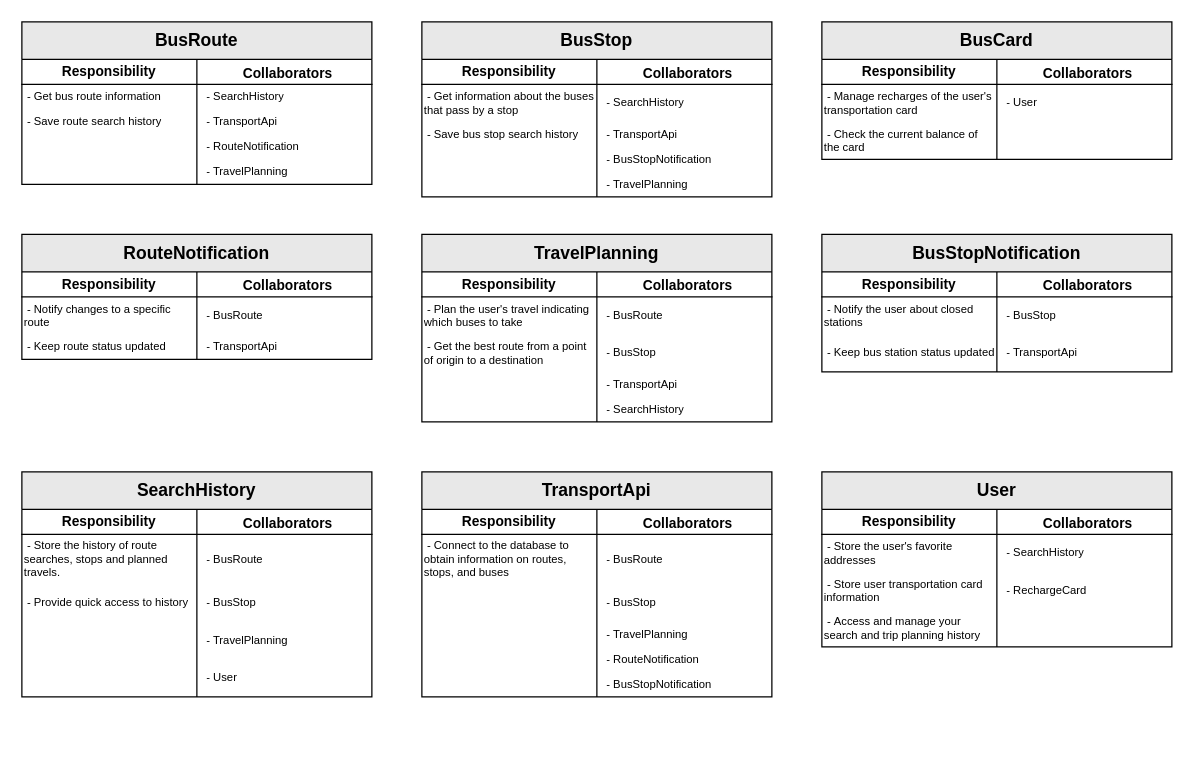
Above: page "CRC" (1 of 3) of diagrams.drawio in ProyectoFinalSoftwareModeling/SmartCommute (draw.io), before the change. Source tidied: cells renumbered, new cells numbered last; positions are measured from the earlier drawing's top-left corner, leaving out a move shared by most shapes. Both pictures are drawn from the tidied source at 125%, with x=0, y=0 at pixel (21, 21).
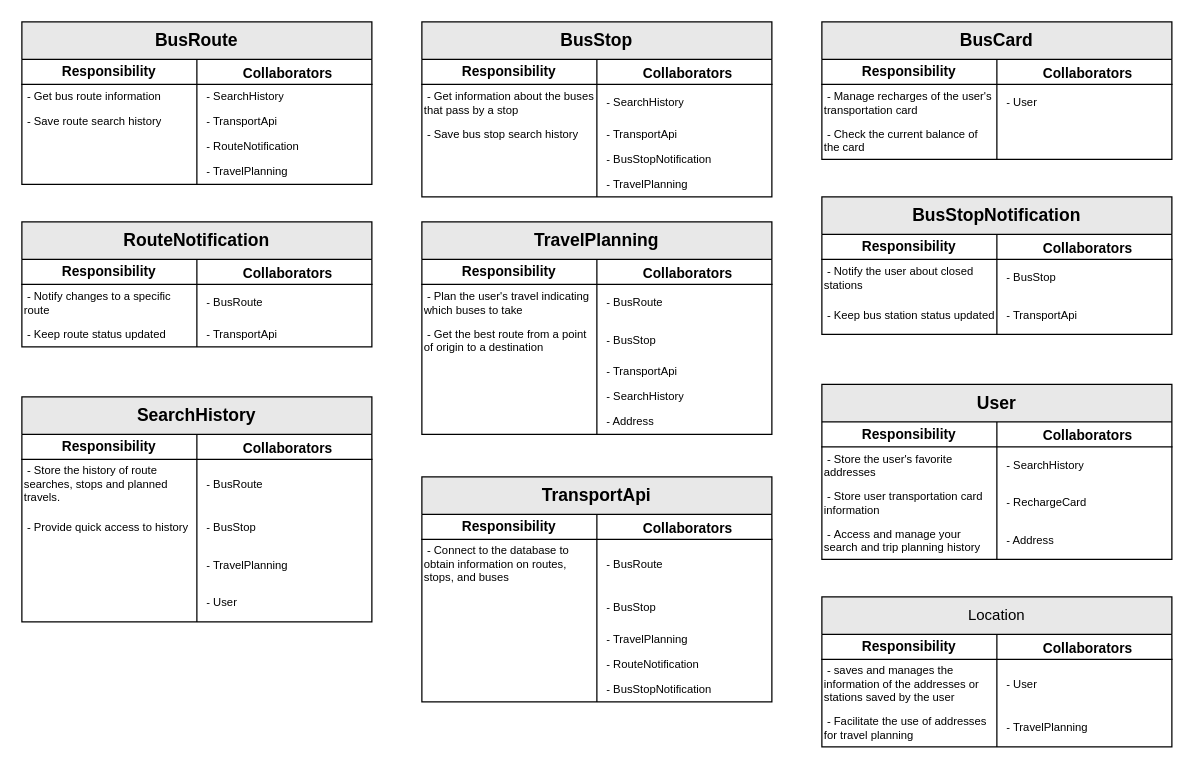
After the change.

Commit message (it also covers changes not shown here):
CRC: Address -> Location, ClassDiagram: addded IUserInterface, ITripPlanner

Unchanged cells that the change refers to:
```xml
<mxCell id="125" style="shape=tableRow;horizontal=0;startSize=0;swimlaneHead=0;swimlaneBody=0;fillColor=none;top=0;left=0;right=0;bottom=0;html=1;" parent="115" vertex="1">
  <mxGeometry y="110" width="280" height="30" as="geometry" />
</mxCell>
```

Change to the diagram source:
```diff
@@
     <mxCell id="34" value="&lt;span style=&quot;text-wrap: nowrap;&quot;&gt;&lt;font style=&quot;font-size: 14px;&quot;&gt;RouteNotification&lt;/font&gt;&lt;/span&gt;" style="shape=table;startSize=30;childLayout=tableLayout;rowLines=0;fontStyle=1;align=center;html=1;whiteSpace=wrap;swimlaneLine=1;rounded=0;shadow=0;gradientColor=none;fillStyle=auto;fillColor=#E8E8E8;" parent="1" vertex="1">
-      <mxGeometry y="170" width="280" height="100" as="geometry" />
+      <mxGeometry y="160" width="280" height="100" as="geometry" />
     </mxCell>
@@
     <mxCell id="44" value="&lt;span style=&quot;text-wrap: nowrap;&quot;&gt;&lt;font style=&quot;font-size: 14px;&quot;&gt;TravelPlanning&lt;/font&gt;&lt;/span&gt;" style="shape=table;startSize=30;childLayout=tableLayout;rowLines=0;fontStyle=1;align=center;html=1;whiteSpace=wrap;swimlaneLine=1;rounded=0;shadow=0;gradientColor=none;fillStyle=auto;fillColor=#E8E8E8;" parent="1" vertex="1">
-      <mxGeometry x="320" y="170" width="280" height="150" as="geometry" />
+      <mxGeometry x="320" y="160" width="280" height="170" as="geometry" />
     </mxCell>
@@
+    <mxCell id="128" style="shape=tableRow;horizontal=0;startSize=0;swimlaneHead=0;swimlaneBody=0;fillColor=none;top=0;left=0;right=0;bottom=0;html=1;" parent="44" vertex="1">
+      <mxGeometry y="150" width="280" height="20" as="geometry" />
+    </mxCell>
+    <mxCell id="129" style="shape=partialRectangle;fillColor=none;top=0;left=0;bottom=0;right=0;overflow=hidden;html=1;whiteSpace=wrap;fontSize=9;align=left;" parent="128" vertex="1">
+      <mxGeometry width="140" height="20" as="geometry" />
+    </mxCell>
+    <mxCell id="130" value="- Address" style="shape=partialRectangle;fillColor=none;top=0;left=0;bottom=0;right=0;align=left;spacingLeft=6;overflow=hidden;html=1;whiteSpace=wrap;fontSize=9;" parent="128" vertex="1">
+      <mxGeometry x="140" width="140" height="20" as="geometry" />
+    </mxCell>
     <mxCell id="60" value="&lt;span style=&quot;text-wrap: nowrap;&quot;&gt;&lt;font style=&quot;font-size: 14px;&quot;&gt;SearchHistory&lt;/font&gt;&lt;/span&gt;" style="shape=table;startSize=30;childLayout=tableLayout;rowLines=0;fontStyle=1;align=center;html=1;whiteSpace=wrap;swimlaneLine=1;rounded=0;shadow=0;gradientColor=none;fillStyle=auto;fillColor=#E8E8E8;" parent="1" vertex="1">
-      <mxGeometry y="360" width="280" height="180" as="geometry" />
+      <mxGeometry y="300" width="280" height="180" as="geometry" />
     </mxCell>
@@
     <mxCell id="76" value="&lt;span style=&quot;text-wrap: nowrap;&quot;&gt;&lt;font style=&quot;font-size: 14px;&quot;&gt;TransportApi&lt;/font&gt;&lt;/span&gt;" style="shape=table;startSize=30;childLayout=tableLayout;rowLines=0;fontStyle=1;align=center;html=1;whiteSpace=wrap;swimlaneLine=1;rounded=0;shadow=0;gradientColor=none;fillStyle=auto;fillColor=#E8E8E8;" parent="1" vertex="1">
-      <mxGeometry x="320" y="360" width="280" height="180" as="geometry" />
+      <mxGeometry x="320" y="364" width="280" height="180" as="geometry" />
     </mxCell>
@@
     <mxCell id="105" value="&lt;span style=&quot;text-wrap: nowrap;&quot;&gt;&lt;font style=&quot;font-size: 14px;&quot;&gt;BusStopNotification&lt;/font&gt;&lt;/span&gt;" style="shape=table;startSize=30;childLayout=tableLayout;rowLines=0;fontStyle=1;align=center;html=1;whiteSpace=wrap;swimlaneLine=1;rounded=0;shadow=0;gradientColor=none;fillStyle=auto;fillColor=#E8E8E8;" parent="1" vertex="1">
-      <mxGeometry x="640" y="170" width="280" height="110" as="geometry" />
+      <mxGeometry x="640" y="140" width="280" height="110" as="geometry" />
     </mxCell>
@@
     <mxCell id="115" value="&lt;span style=&quot;text-wrap: nowrap;&quot;&gt;&lt;font style=&quot;font-size: 14px;&quot;&gt;User&lt;/font&gt;&lt;/span&gt;" style="shape=table;startSize=30;childLayout=tableLayout;rowLines=0;fontStyle=1;align=center;html=1;whiteSpace=wrap;swimlaneLine=1;rounded=0;shadow=0;gradientColor=none;fillStyle=auto;fillColor=#E8E8E8;" parent="1" vertex="1">
-      <mxGeometry x="640" y="360" width="280" height="140" as="geometry" />
+      <mxGeometry x="640" y="290" width="280" height="140" as="geometry" />
     </mxCell>
@@
-    <mxCell id="127" style="shape=partialRectangle;fillColor=none;top=0;left=0;bottom=0;right=0;align=left;spacingLeft=6;overflow=hidden;html=1;whiteSpace=wrap;fontSize=9;" parent="125" vertex="1">
+    <mxCell id="127" value="- Address" style="shape=partialRectangle;fillColor=none;top=0;left=0;bottom=0;right=0;align=left;spacingLeft=6;overflow=hidden;html=1;whiteSpace=wrap;fontSize=9;" parent="125" vertex="1">
       <mxGeometry x="140" width="140" height="30" as="geometry" />
     </mxCell>
+    <mxCell id="131" value="&lt;span style=&quot;font-weight: 400; text-align: left; text-wrap: nowrap;&quot;&gt;Location&lt;/span&gt;" style="shape=table;startSize=30;childLayout=tableLayout;rowLines=0;fontStyle=1;align=center;html=1;whiteSpace=wrap;swimlaneLine=1;rounded=0;shadow=0;gradientColor=none;fillStyle=auto;fillColor=#E8E8E8;" parent="1" vertex="1">
+      <mxGeometry x="640" y="460" width="280" height="120" as="geometry" />
+    </mxCell>
+    <mxCell id="132" style="shape=tableRow;horizontal=0;startSize=0;swimlaneHead=0;swimlaneBody=0;fillColor=none;top=0;left=0;right=0;bottom=1;html=1;fontStyle=4;" parent="131" vertex="1">
+      <mxGeometry y="30" width="280" height="20" as="geometry" />
+    </mxCell>
+    <mxCell id="133" value="&lt;span style=&quot;font-size: 11px;&quot;&gt;Responsibility&lt;/span&gt;" style="shape=partialRectangle;fillColor=none;top=0;left=0;bottom=0;right=0;fontStyle=1;overflow=hidden;html=1;whiteSpace=wrap;fontSize=11;" parent="132" vertex="1">
+      <mxGeometry width="140" height="20" as="geometry" />
+    </mxCell>
+    <mxCell id="134" value="&lt;div style=&quot;&quot;&gt;&lt;font style=&quot;font-size: 11px;&quot;&gt;Collaborators&lt;/font&gt;&lt;/div&gt;" style="shape=partialRectangle;fillColor=none;top=0;left=0;bottom=0;right=0;align=center;spacingLeft=6;fontStyle=1;overflow=hidden;html=1;whiteSpace=wrap;fontSize=13;" parent="132" vertex="1">
+      <mxGeometry x="140" width="140" height="20" as="geometry" />
+    </mxCell>
+    <mxCell id="135" style="shape=tableRow;horizontal=0;startSize=0;swimlaneHead=0;swimlaneBody=0;fillColor=none;top=0;left=0;right=0;bottom=0;html=1;" parent="131" vertex="1">
+      <mxGeometry y="50" width="280" height="40" as="geometry" />
+    </mxCell>
+    <mxCell id="136" value="&amp;nbsp;-&amp;nbsp;saves and manages the information of the addresses or stations saved by the user" style="shape=partialRectangle;fillColor=none;top=0;left=0;bottom=0;right=0;overflow=hidden;html=1;whiteSpace=wrap;align=left;fontSize=9;" parent="135" vertex="1">
+      <mxGeometry width="140" height="40" as="geometry" />
+    </mxCell>
+    <mxCell id="137" value="- User" style="shape=partialRectangle;fillColor=none;top=0;left=0;bottom=0;right=0;align=left;spacingLeft=6;overflow=hidden;html=1;whiteSpace=wrap;fontSize=9;" parent="135" vertex="1">
+      <mxGeometry x="140" width="140" height="40" as="geometry" />
+    </mxCell>
+    <mxCell id="138" style="shape=tableRow;horizontal=0;startSize=0;swimlaneHead=0;swimlaneBody=0;fillColor=none;top=0;left=0;right=0;bottom=0;html=1;" parent="131" vertex="1">
+      <mxGeometry y="90" width="280" height="30" as="geometry" />
+    </mxCell>
+    <mxCell id="139" value="&amp;nbsp;- Facilitate the use of addresses for travel planning" style="shape=partialRectangle;fillColor=none;top=0;left=0;bottom=0;right=0;overflow=hidden;html=1;whiteSpace=wrap;fontSize=9;align=left;" parent="138" vertex="1">
+      <mxGeometry width="140" height="30" as="geometry" />
+    </mxCell>
+    <mxCell id="140" value="- TravelPlanning" style="shape=partialRectangle;fillColor=none;top=0;left=0;bottom=0;right=0;align=left;spacingLeft=6;overflow=hidden;html=1;whiteSpace=wrap;fontSize=9;" parent="138" vertex="1">
+      <mxGeometry x="140" width="140" height="30" as="geometry" />
+    </mxCell>
```
